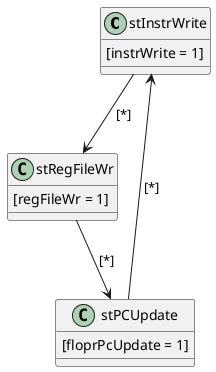
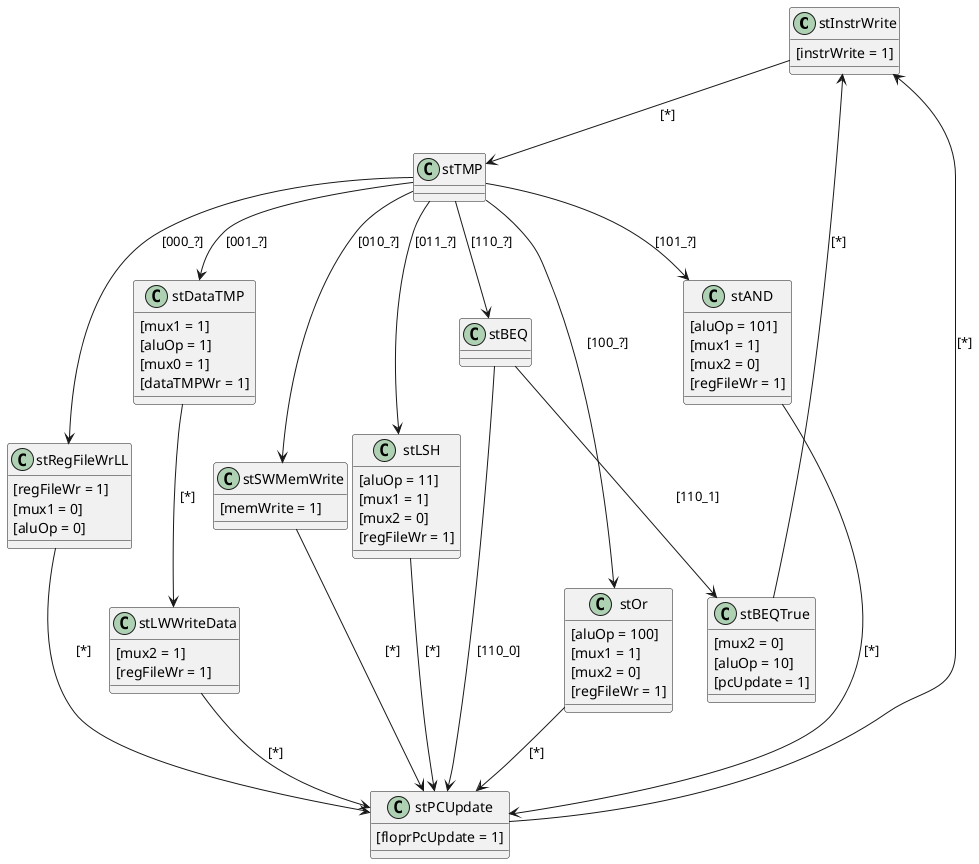
@startuml ttt


- stInstrWrite --> stRegFileWr : [*]
+ stInstrWrite --> stTMP : [*]
stInstrWrite : [instrWrite = 1]

+ stTMP --> stRegFileWrLL : [000_?]
+ stTMP --> stDataTMP : [001_?]
+ stTMP --> stSWMemWrite : [010_?]
+ stTMP --> stBEQ : [110_?]
+ stTMP --> stLSH : [011_?]
+ stTMP --> stOr : [100_?]
+ stTMP --> stAND : [101_?]

- stRegFileWr --> stPCUpdate : [*]
- stRegFileWr : [regFileWr = 1]
+ stLSH --> stPCUpdate : [*]
+ stLSH : [aluOp = 11]
+ stLSH : [mux1 = 1]
+ stLSH : [mux2 = 0]
+ stLSH : [regFileWr = 1]
+ 
+ stOr --> stPCUpdate : [*]
+ stOr : [aluOp = 100]
+ stOr : [mux1 = 1]
+ stOr : [mux2 = 0]
+ stOr : [regFileWr = 1]
+ 
+ 
+ stAND --> stPCUpdate : [*]
+ stAND : [aluOp = 101]
+ stAND : [mux1 = 1]
+ stAND : [mux2 = 0]
+ stAND : [regFileWr = 1]
+ 
+ 
+ stBEQ --> stPCUpdate : [110_0]
+ stBEQ --> stBEQTrue : [110_1]
+ 
+ 
+ stBEQTrue --> stInstrWrite : [*]
+ stBEQTrue : [mux2 = 0]
+ stBEQTrue : [aluOp = 10]
+ stBEQTrue : [pcUpdate = 1]
+ 
+ 
+ stSWMemWrite --> stPCUpdate : [*]
+ stSWMemWrite : [memWrite = 1]
+ 
+ stDataTMP --> stLWWriteData : [*]
+ stDataTMP : [mux1 = 1]
+ stDataTMP : [aluOp = 1]
+ stDataTMP : [mux0 = 1]
+ stDataTMP : [dataTMPWr = 1]
+ 
+ 
+ stLWWriteData --> stPCUpdate : [*]
+ stLWWriteData : [mux2 = 1]
+ stLWWriteData : [regFileWr = 1]
+ 
+ stRegFileWrLL --> stPCUpdate : [*]
+ stRegFileWrLL : [regFileWr = 1]
+ stRegFileWrLL : [mux1 = 0]
+ stRegFileWrLL : [aluOp = 0]



stPCUpdate --> stInstrWrite : [*]
stPCUpdate : [floprPcUpdate = 1]
@enduml